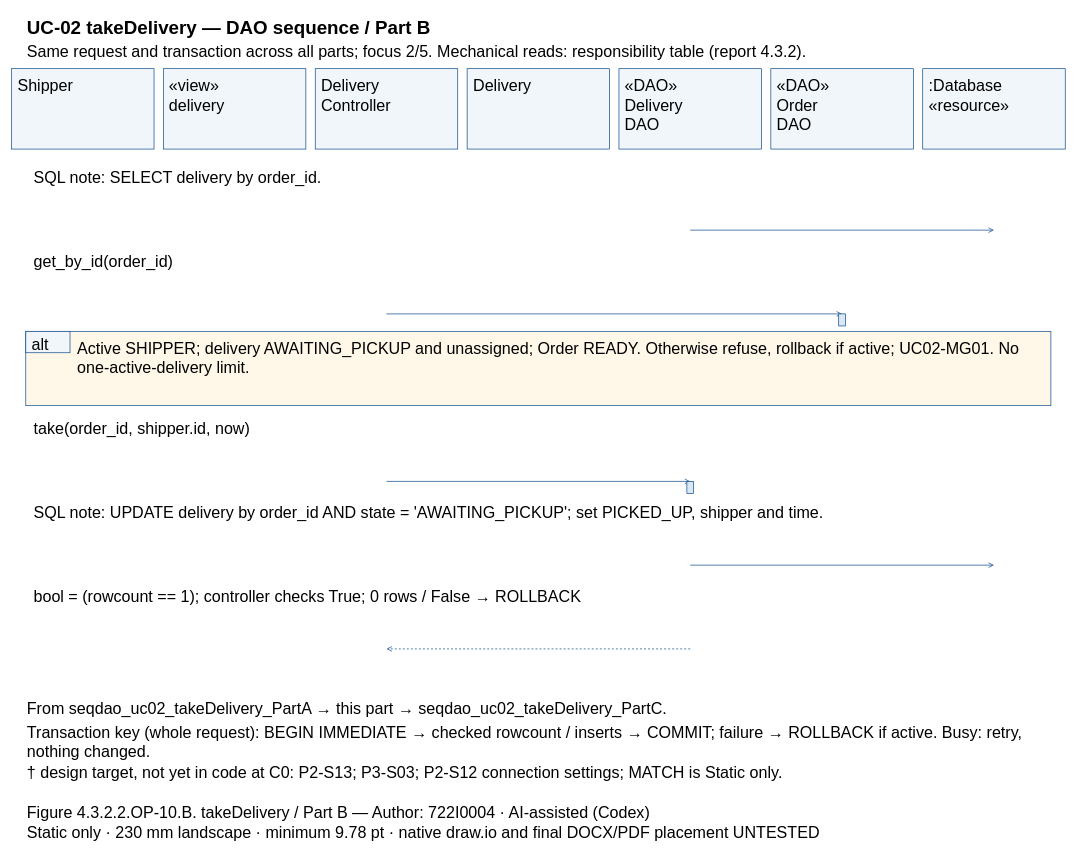
The draw.io diagram models/UC-02/seqdao_uc02_takeDelivery_PartB.drawio in Dat071104/SaigonBite, before the edit. Source tidied: cells renumbered, new cells numbered last; positions are measured from the earlier drawing's top-left corner, leaving out a move shared by most shapes. Both pictures are drawn from the tidied source at 67%, with x=0, y=0 at pixel (11, 11).
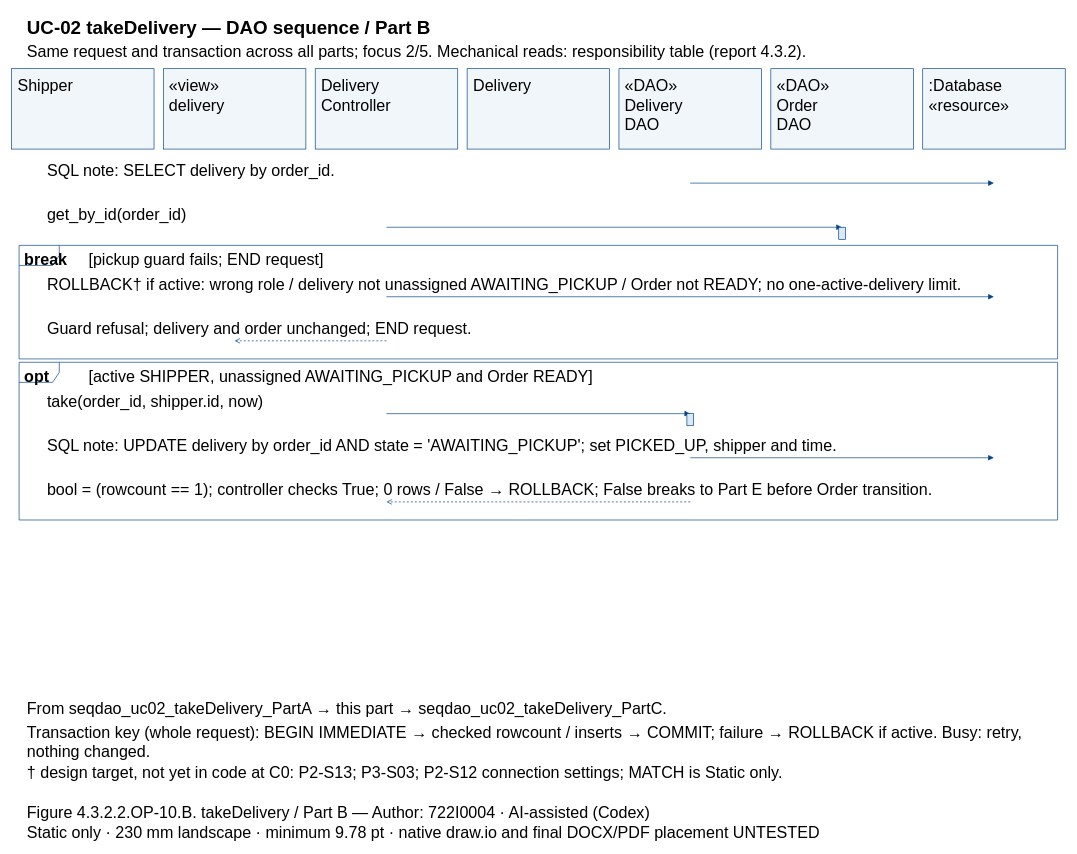
After the change.

Diff of the diagram source:
```diff
@@
+    <mxCell id="49" style="shape=umlFrame;fillColor=none;strokeColor=#004387;" parent="1" vertex="1">
+      <mxGeometry x="11" y="348.7" width="1550" height="169.5" as="geometry" />
+    </mxCell>
+    <mxCell id="50" style="shape=umlFrame;fillColor=none;strokeColor=#004387;" parent="1" vertex="1">
+      <mxGeometry x="11" y="523.2" width="1550" height="235.4" as="geometry" />
+    </mxCell>
@@
-    <mxCell id="5" value="Shipper" style="text;html=0;whiteSpace=wrap;align=left;verticalAlign=top;strokeColor=none;fillColor=none;fontFamily=Arial;fontSize=24;fontStyle=0;" parent="1" vertex="1">
-      <mxGeometry x="6.7" y="90" width="198.7" height="27.8" as="geometry" />
-    </mxCell>
+    <mxCell id="7" value="Shipper" style="text;html=0;whiteSpace=wrap;align=left;verticalAlign=top;strokeColor=none;fillColor=none;fontFamily=Arial;fontSize=24;fontStyle=0;" parent="1" vertex="1">
+      <mxGeometry x="6.7" y="90" width="198.7" height="27.8" as="geometry" />
+    </mxCell>
@@
-    <mxCell id="7" value="«view»&#10;delivery" style="text;html=0;whiteSpace=wrap;align=left;verticalAlign=top;strokeColor=none;fillColor=none;fontFamily=Arial;fontSize=24;fontStyle=0;" parent="1" vertex="1">
-      <mxGeometry x="233.3" y="90" width="198.7" height="55.7" as="geometry" />
-    </mxCell>
+    <mxCell id="9" value="«view»&#10;delivery" style="text;html=0;whiteSpace=wrap;align=left;verticalAlign=top;strokeColor=none;fillColor=none;fontFamily=Arial;fontSize=24;fontStyle=0;" parent="1" vertex="1">
+      <mxGeometry x="233.3" y="90" width="198.7" height="55.7" as="geometry" />
+    </mxCell>
@@
-    <mxCell id="9" value="Delivery&#10;Controller" style="text;html=0;whiteSpace=wrap;align=left;verticalAlign=top;strokeColor=none;fillColor=none;fontFamily=Arial;fontSize=24;fontStyle=0;" parent="1" vertex="1">
-      <mxGeometry x="460" y="90" width="198.7" height="55.7" as="geometry" />
-    </mxCell>
+    <mxCell id="11" value="Delivery&#10;Controller" style="text;html=0;whiteSpace=wrap;align=left;verticalAlign=top;strokeColor=none;fillColor=none;fontFamily=Arial;fontSize=24;fontStyle=0;" parent="1" vertex="1">
+      <mxGeometry x="460" y="90" width="198.7" height="55.7" as="geometry" />
+    </mxCell>
@@
-    <mxCell id="11" value="Delivery" style="text;html=0;whiteSpace=wrap;align=left;verticalAlign=top;strokeColor=none;fillColor=none;fontFamily=Arial;fontSize=24;fontStyle=0;" parent="1" vertex="1">
-      <mxGeometry x="686.7" y="90" width="198.7" height="27.8" as="geometry" />
-    </mxCell>
+    <mxCell id="13" value="Delivery" style="text;html=0;whiteSpace=wrap;align=left;verticalAlign=top;strokeColor=none;fillColor=none;fontFamily=Arial;fontSize=24;fontStyle=0;" parent="1" vertex="1">
+      <mxGeometry x="686.7" y="90" width="198.7" height="27.8" as="geometry" />
+    </mxCell>
@@
-    <mxCell id="13" value="«DAO»&#10;Delivery&#10;DAO" style="text;html=0;whiteSpace=wrap;align=left;verticalAlign=top;strokeColor=none;fillColor=none;fontFamily=Arial;fontSize=24;fontStyle=0;" parent="1" vertex="1">
-      <mxGeometry x="913.3" y="90" width="198.7" height="83.5" as="geometry" />
-    </mxCell>
+    <mxCell id="15" value="«DAO»&#10;Delivery&#10;DAO" style="text;html=0;whiteSpace=wrap;align=left;verticalAlign=top;strokeColor=none;fillColor=none;fontFamily=Arial;fontSize=24;fontStyle=0;" parent="1" vertex="1">
+      <mxGeometry x="913.3" y="90" width="198.7" height="83.5" as="geometry" />
+    </mxCell>
@@
-    <mxCell id="15" value="«DAO»&#10;Order&#10;DAO" style="text;html=0;whiteSpace=wrap;align=left;verticalAlign=top;strokeColor=none;fillColor=none;fontFamily=Arial;fontSize=24;fontStyle=0;" parent="1" vertex="1">
-      <mxGeometry x="1140" y="90" width="198.7" height="83.5" as="geometry" />
-    </mxCell>
+    <mxCell id="17" value="«DAO»&#10;Order&#10;DAO" style="text;html=0;whiteSpace=wrap;align=left;verticalAlign=top;strokeColor=none;fillColor=none;fontFamily=Arial;fontSize=24;fontStyle=0;" parent="1" vertex="1">
+      <mxGeometry x="1140" y="90" width="198.7" height="83.5" as="geometry" />
+    </mxCell>
@@
-    <mxCell id="17" value=":Database&#10;«resource»" style="text;html=0;whiteSpace=wrap;align=left;verticalAlign=top;strokeColor=none;fillColor=none;fontFamily=Arial;fontSize=24;fontStyle=0;" parent="1" vertex="1">
-      <mxGeometry x="1366.7" y="90" width="198.7" height="55.7" as="geometry" />
-    </mxCell>
+    <mxCell id="51" value=":Database&#10;«resource»" style="text;html=0;whiteSpace=wrap;align=left;verticalAlign=top;strokeColor=none;fillColor=none;fontFamily=Arial;fontSize=24;fontStyle=0;" parent="1" vertex="1">
+      <mxGeometry x="1366.7" y="90" width="198.7" height="55.7" as="geometry" />
+    </mxCell>
+    <mxCell id="52" value="break" style="text;html=0;whiteSpace=wrap;align=left;verticalAlign=top;strokeColor=none;fillColor=none;fontFamily=Arial;fontSize=24;fontStyle=1;" parent="1" vertex="1">
+      <mxGeometry x="17" y="349.7" width="84" height="27.8" as="geometry" />
+    </mxCell>
+    <mxCell id="53" value="[pickup guard fails; END request]" style="text;html=0;whiteSpace=wrap;align=left;verticalAlign=top;strokeColor=none;fillColor=none;fontFamily=Arial;fontSize=24;fontStyle=0;" parent="1" vertex="1">
+      <mxGeometry x="113" y="349.7" width="1438" height="27.8" as="geometry" />
+    </mxCell>
+    <mxCell id="54" value="opt" style="text;html=0;whiteSpace=wrap;align=left;verticalAlign=top;strokeColor=none;fillColor=none;fontFamily=Arial;fontSize=24;fontStyle=1;" parent="1" vertex="1">
+      <mxGeometry x="17" y="524.2" width="84" height="27.8" as="geometry" />
+    </mxCell>
+    <mxCell id="55" value="[active SHIPPER, unassigned AWAITING_PICKUP and Order READY]" style="text;html=0;whiteSpace=wrap;align=left;verticalAlign=top;strokeColor=none;fillColor=none;fontFamily=Arial;fontSize=24;fontStyle=0;" parent="1" vertex="1">
+      <mxGeometry x="113" y="524.2" width="1438" height="27.8" as="geometry" />
+    </mxCell>
     <mxCell id="18" value="SQL note: SELECT delivery by order_id." style="text;html=0;whiteSpace=wrap;align=left;verticalAlign=top;strokeColor=none;fillColor=none;fontFamily=Arial;fontSize=24;fontStyle=0;" parent="1" vertex="1">
-      <mxGeometry x="31" y="227" width="1510" height="27.8" as="geometry" />
+      <mxGeometry x="51" y="217" width="1470" height="27.8" as="geometry" />
     </mxCell>
     <mxCell id="19" style="opacity=0;" parent="1" vertex="1">
-      <mxGeometry x="1012.7" y="326" as="geometry" />
+      <mxGeometry x="1012.7" y="255.8" as="geometry" />
     </mxCell>
     <mxCell id="20" style="opacity=0;" parent="1" vertex="1">
-      <mxGeometry x="1466" y="326" as="geometry" />
+      <mxGeometry x="1466" y="255.8" as="geometry" />
     </mxCell>
-    <mxCell id="21" style="edgeStyle=none;endArrow=open;strokeColor=#004387;exitX=0.5;entryX=0.5;exitPerimeter=0;entryPerimeter=0;" parent="1" edge="1" source="19" target="20">
+    <mxCell id="21" style="edgeStyle=none;endArrow=block;endFill=1;strokeColor=#004387;exitX=0.5;entryX=0.5;exitPerimeter=0;entryPerimeter=0;" parent="1" edge="1" source="19" target="20">
       <mxGeometry relative="1" as="geometry" />
     </mxCell>
-    <mxCell id="22" value="get_by_id(order_id)" style="text;html=0;whiteSpace=wrap;align=left;verticalAlign=top;strokeColor=none;fillColor=none;fontFamily=Arial;fontSize=24;fontStyle=0;" parent="1" vertex="1">
-      <mxGeometry x="31" y="352" width="1510" height="27.8" as="geometry" />
-    </mxCell>
+    <mxCell id="30" value="get_by_id(order_id)" style="text;html=0;whiteSpace=wrap;align=left;verticalAlign=top;strokeColor=none;fillColor=none;fontFamily=Arial;fontSize=24;fontStyle=0;" parent="1" vertex="1">
+      <mxGeometry x="51" y="282.8" width="1470" height="27.8" as="geometry" />
+    </mxCell>
     <mxCell id="23" style="opacity=0;" parent="1" vertex="1">
-      <mxGeometry x="559.3" y="451" as="geometry" />
+      <mxGeometry x="559.3" y="321.7" as="geometry" />
     </mxCell>
     <mxCell id="24" style="opacity=0;" parent="1" vertex="1">
-      <mxGeometry x="1239.3" y="451" as="geometry" />
+      <mxGeometry x="1239.3" y="321.7" as="geometry" />
     </mxCell>
-    <mxCell id="25" style="edgeStyle=none;endArrow=open;strokeColor=#004387;exitX=0.5;entryX=0.5;exitPerimeter=0;entryPerimeter=0;" parent="1" edge="1" source="23" target="24">
+    <mxCell id="25" style="edgeStyle=none;endArrow=block;endFill=1;strokeColor=#004387;exitX=0.5;entryX=0.5;exitPerimeter=0;entryPerimeter=0;" parent="1" edge="1" source="23" target="24">
       <mxGeometry relative="1" as="geometry" />
     </mxCell>
-    <mxCell id="26" style="fillColor=#DAE9F5;strokeColor=#004387;" parent="1" vertex="1">
-      <mxGeometry x="1234.3" y="451" width="10" height="18" as="geometry" />
-    </mxCell>
-    <mxCell id="27" style="fillColor=#FFF8E9;strokeColor=#004387;" parent="1" vertex="1">
-      <mxGeometry x="21" y="477" width="1530" height="111" as="geometry" />
-    </mxCell>
-    <mxCell id="28" style="fillColor=#F1F6FA;strokeColor=#004387;" parent="1" vertex="1">
-      <mxGeometry x="21" y="477" width="66" height="32" as="geometry" />
-    </mxCell>
-    <mxCell id="29" value="alt" style="text;html=0;whiteSpace=wrap;align=left;verticalAlign=top;strokeColor=none;fillColor=none;fontFamily=Arial;fontSize=24;fontStyle=0;" parent="1" vertex="1">
-      <mxGeometry x="28" y="477" width="56" height="27.8" as="geometry" />
-    </mxCell>
-    <mxCell id="30" value="Active SHIPPER; delivery AWAITING_PICKUP and unassigned; Order READY. Otherwise refuse, rollback if active; UC02-MG01. No&#10;one-active-delivery limit." style="text;html=0;whiteSpace=wrap;align=left;verticalAlign=top;strokeColor=none;fillColor=none;fontFamily=Arial;fontSize=24;fontStyle=0;" parent="1" vertex="1">
-      <mxGeometry x="96" y="482" width="1440" height="55.7" as="geometry" />
-    </mxCell>
-    <mxCell id="31" value="take(order_id, shipper.id, now)" style="text;html=0;whiteSpace=wrap;align=left;verticalAlign=top;strokeColor=none;fillColor=none;fontFamily=Arial;fontSize=24;fontStyle=0;" parent="1" vertex="1">
-      <mxGeometry x="31" y="602" width="1510" height="27.8" as="geometry" />
-    </mxCell>
+    <mxCell id="56" style="fillColor=#DAE9F5;strokeColor=#004387;" parent="1" vertex="1">
+      <mxGeometry x="1234.3" y="321.7" width="10" height="18" as="geometry" />
+    </mxCell>
+    <mxCell id="57" value="ROLLBACK† if active: wrong role / delivery not unassigned AWAITING_PICKUP / Order not READY; no one-active-delivery limit." style="text;html=0;whiteSpace=wrap;align=left;verticalAlign=top;strokeColor=none;fillColor=none;fontFamily=Arial;fontSize=24;fontStyle=0;" parent="1" vertex="1">
+      <mxGeometry x="51" y="386.5" width="1470" height="27.8" as="geometry" />
+    </mxCell>
+    <mxCell id="58" style="opacity=0;" parent="1" vertex="1">
+      <mxGeometry x="559.3" y="425.4" as="geometry" />
+    </mxCell>
+    <mxCell id="59" style="opacity=0;" parent="1" vertex="1">
+      <mxGeometry x="1466" y="425.4" as="geometry" />
+    </mxCell>
+    <mxCell id="60" style="edgeStyle=none;endArrow=block;endFill=1;strokeColor=#004387;exitX=0.5;entryX=0.5;exitPerimeter=0;entryPerimeter=0;" parent="1" edge="1" source="58" target="59">
+      <mxGeometry relative="1" as="geometry" />
+    </mxCell>
+    <mxCell id="61" value="Guard refusal; delivery and order unchanged; END request." style="text;html=0;whiteSpace=wrap;align=left;verticalAlign=top;strokeColor=none;fillColor=none;fontFamily=Arial;fontSize=24;fontStyle=0;" parent="1" vertex="1">
+      <mxGeometry x="51" y="452.4" width="1470" height="27.8" as="geometry" />
+    </mxCell>
     <mxCell id="32" style="opacity=0;" parent="1" vertex="1">
-      <mxGeometry x="559.3" y="701" as="geometry" />
+      <mxGeometry x="559.3" y="491.2" as="geometry" />
     </mxCell>
     <mxCell id="33" style="opacity=0;" parent="1" vertex="1">
-      <mxGeometry x="1012.7" y="701" as="geometry" />
+      <mxGeometry x="332.7" y="491.2" as="geometry" />
     </mxCell>
-    <mxCell id="34" style="edgeStyle=none;endArrow=open;strokeColor=#004387;exitX=0.5;entryX=0.5;exitPerimeter=0;entryPerimeter=0;" parent="1" edge="1" source="32" target="33">
+    <mxCell id="34" style="edgeStyle=none;endArrow=open;endFill=0;strokeColor=#004387;dashed=1;exitX=0.5;entryX=0.5;exitPerimeter=0;entryPerimeter=0;" parent="1" edge="1" source="32" target="33">
       <mxGeometry relative="1" as="geometry" />
     </mxCell>
-    <mxCell id="35" style="fillColor=#DAE9F5;strokeColor=#004387;" parent="1" vertex="1">
-      <mxGeometry x="1007.7" y="701" width="10" height="18" as="geometry" />
-    </mxCell>
-    <mxCell id="36" value="SQL note: UPDATE delivery by order_id AND state = 'AWAITING_PICKUP'; set PICKED_UP, shipper and time." style="text;html=0;whiteSpace=wrap;align=left;verticalAlign=top;strokeColor=none;fillColor=none;fontFamily=Arial;fontSize=24;fontStyle=0;" parent="1" vertex="1">
-      <mxGeometry x="31" y="727" width="1510" height="27.8" as="geometry" />
-    </mxCell>
+    <mxCell id="31" value="take(order_id, shipper.id, now)" style="text;html=0;whiteSpace=wrap;align=left;verticalAlign=top;strokeColor=none;fillColor=none;fontFamily=Arial;fontSize=24;fontStyle=0;" parent="1" vertex="1">
+      <mxGeometry x="51" y="561" width="1470" height="27.8" as="geometry" />
+    </mxCell>
     <mxCell id="37" style="opacity=0;" parent="1" vertex="1">
-      <mxGeometry x="1012.7" y="826" as="geometry" />
+      <mxGeometry x="559.3" y="599.9" as="geometry" />
     </mxCell>
     <mxCell id="38" style="opacity=0;" parent="1" vertex="1">
-      <mxGeometry x="1466" y="826" as="geometry" />
+      <mxGeometry x="1012.7" y="599.9" as="geometry" />
     </mxCell>
-    <mxCell id="39" style="edgeStyle=none;endArrow=open;strokeColor=#004387;exitX=0.5;entryX=0.5;exitPerimeter=0;entryPerimeter=0;" parent="1" edge="1" source="37" target="38">
+    <mxCell id="39" style="edgeStyle=none;endArrow=block;endFill=1;strokeColor=#004387;exitX=0.5;entryX=0.5;exitPerimeter=0;entryPerimeter=0;" parent="1" edge="1" source="37" target="38">
       <mxGeometry relative="1" as="geometry" />
     </mxCell>
-    <mxCell id="40" value="bool = (rowcount == 1); controller checks True; 0 rows / False → ROLLBACK" style="text;html=0;whiteSpace=wrap;align=left;verticalAlign=top;strokeColor=none;fillColor=none;fontFamily=Arial;fontSize=24;fontStyle=0;" parent="1" vertex="1">
-      <mxGeometry x="31" y="852" width="1510" height="27.8" as="geometry" />
-    </mxCell>
+    <mxCell id="62" style="fillColor=#DAE9F5;strokeColor=#004387;" parent="1" vertex="1">
+      <mxGeometry x="1007.7" y="599.9" width="10" height="18" as="geometry" />
+    </mxCell>
+    <mxCell id="46" value="SQL note: UPDATE delivery by order_id AND state = 'AWAITING_PICKUP'; set PICKED_UP, shipper and time." style="text;html=0;whiteSpace=wrap;align=left;verticalAlign=top;strokeColor=none;fillColor=none;fontFamily=Arial;fontSize=24;fontStyle=0;" parent="1" vertex="1">
+      <mxGeometry x="51" y="626.9" width="1470" height="27.8" as="geometry" />
+    </mxCell>
     <mxCell id="41" style="opacity=0;" parent="1" vertex="1">
-      <mxGeometry x="1012.7" y="951" as="geometry" />
+      <mxGeometry x="1012.7" y="665.7" as="geometry" />
     </mxCell>
     <mxCell id="42" style="opacity=0;" parent="1" vertex="1">
-      <mxGeometry x="559.3" y="951" as="geometry" />
+      <mxGeometry x="1466" y="665.7" as="geometry" />
     </mxCell>
-    <mxCell id="43" style="edgeStyle=none;endArrow=open;strokeColor=#004387;dashed=1;exitX=0.5;entryX=0.5;exitPerimeter=0;entryPerimeter=0;" parent="1" edge="1" source="41" target="42">
+    <mxCell id="43" style="edgeStyle=none;endArrow=block;endFill=1;strokeColor=#004387;exitX=0.5;entryX=0.5;exitPerimeter=0;entryPerimeter=0;" parent="1" edge="1" source="41" target="42">
       <mxGeometry relative="1" as="geometry" />
     </mxCell>
+    <mxCell id="48" value="bool = (rowcount == 1); controller checks True; 0 rows / False → ROLLBACK; False breaks to Part E before Order transition." style="text;html=0;whiteSpace=wrap;align=left;verticalAlign=top;strokeColor=none;fillColor=none;fontFamily=Arial;fontSize=24;fontStyle=0;" parent="1" vertex="1">
+      <mxGeometry x="51" y="692.7" width="1470" height="27.8" as="geometry" />
+    </mxCell>
+    <mxCell id="63" style="opacity=0;" parent="1" vertex="1">
+      <mxGeometry x="1012.7" y="731.6" as="geometry" />
+    </mxCell>
+    <mxCell id="64" style="opacity=0;" parent="1" vertex="1">
+      <mxGeometry x="559.3" y="731.6" as="geometry" />
+    </mxCell>
+    <mxCell id="65" style="edgeStyle=none;endArrow=open;endFill=0;strokeColor=#004387;dashed=1;exitX=0.5;entryX=0.5;exitPerimeter=0;entryPerimeter=0;" parent="1" edge="1" source="63" target="64">
+      <mxGeometry relative="1" as="geometry" />
+    </mxCell>
@@
-    <mxCell id="46" value="† design target, not yet in code at C0: P2-S13; P3-S03; P2-S12 connection settings; MATCH is Static only." style="text;html=0;whiteSpace=wrap;align=left;verticalAlign=top;strokeColor=none;fillColor=none;fontFamily=Arial;fontSize=24;fontStyle=0;" parent="1" vertex="1">
-      <mxGeometry x="21" y="1115" width="1530" height="27.8" as="geometry" />
-    </mxCell>
+    <mxCell id="66" value="† design target, not yet in code at C0: P2-S13; P3-S03; P2-S12 connection settings; MATCH is Static only." style="text;html=0;whiteSpace=wrap;align=left;verticalAlign=top;strokeColor=none;fillColor=none;fontFamily=Arial;fontSize=24;fontStyle=0;" parent="1" vertex="1">
+      <mxGeometry x="21" y="1115" width="1530" height="27.8" as="geometry" />
+    </mxCell>
@@
-    <mxCell id="48" value="Static only · 230 mm landscape · minimum 9.78 pt · native draw.io and final DOCX/PDF placement UNTESTED" style="text;html=0;whiteSpace=wrap;align=left;verticalAlign=top;strokeColor=none;fillColor=none;fontFamily=Arial;fontSize=24;fontStyle=0;" parent="1" vertex="1">
-      <mxGeometry x="21" y="1205" width="1530" height="27.8" as="geometry" />
-    </mxCell>
+    <mxCell id="67" value="Static only · 230 mm landscape · minimum 9.78 pt · native draw.io and final DOCX/PDF placement UNTESTED" style="text;html=0;whiteSpace=wrap;align=left;verticalAlign=top;strokeColor=none;fillColor=none;fontFamily=Arial;fontSize=24;fontStyle=0;" parent="1" vertex="1">
+      <mxGeometry x="21" y="1205" width="1530" height="27.8" as="geometry" />
+    </mxCell>
```
